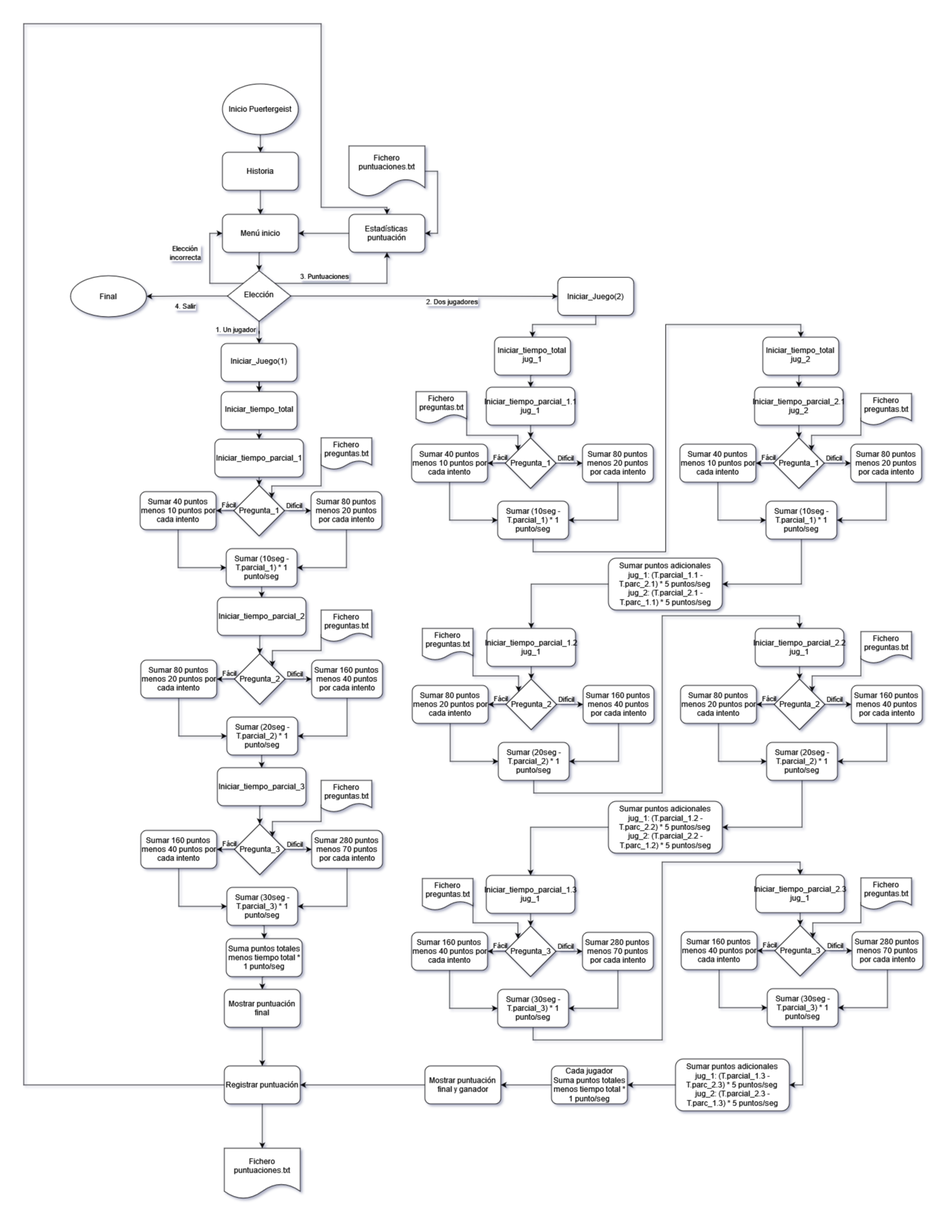
Above: diagrama_de_flujo.png in aigora/twQ103_2122-puertergeist (draw.io), before the change. Source tidied: cells renumbered, new cells last; positions are measured from the earlier drawing's top-left corner, leaving out a move shared by most shapes.
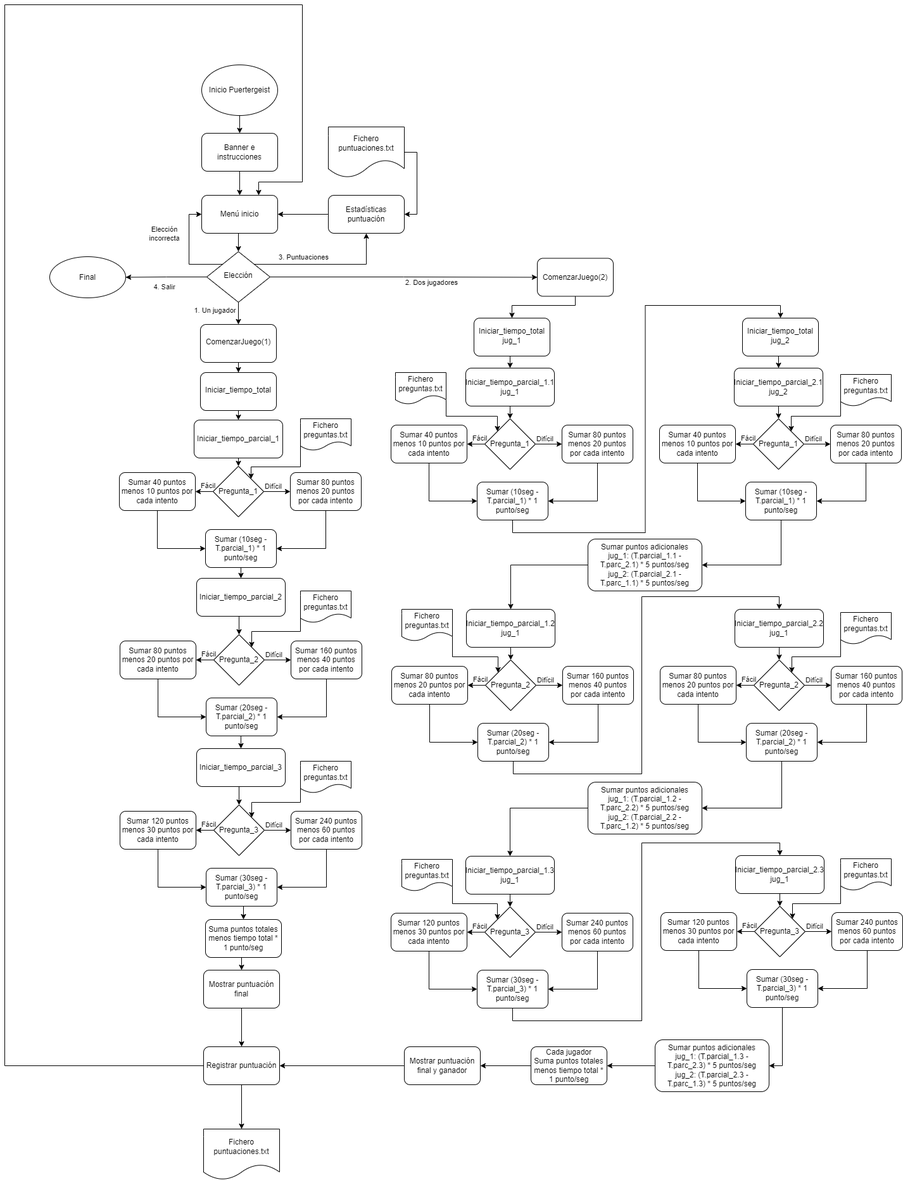
The same file after the commit.

Commit message:
Diagrama de flujo actualizado para reflejar el estado final del proyecto

What changed in the source:
```diff
@@ -56,7 +56,7 @@
     <mxCell id="14" style="edgeStyle=orthogonalEdgeStyle;rounded=0;jettySize=auto;html=1;exitX=0.5;exitY=1;exitDx=0;exitDy=0;entryX=0.5;entryY=0;entryDx=0;entryDy=0;" parent="1" edge="1" source="15" target="17">
       <mxGeometry relative="1" as="geometry" />
     </mxCell>
-    <mxCell id="15" value="Historia" style="rounded=1;whiteSpace=wrap;html=1;" parent="1" vertex="1">
+    <mxCell id="15" value="Banner e instrucciones" style="rounded=1;whiteSpace=wrap;html=1;" parent="1" vertex="1">
       <mxGeometry x="314" y="203" width="120" height="60" as="geometry" />
     </mxCell>
     <mxCell id="16" style="edgeStyle=orthogonalEdgeStyle;rounded=0;jettySize=auto;html=1;exitX=0.5;exitY=1;exitDx=0;exitDy=0;entryX=0.5;entryY=0;entryDx=0;entryDy=0;entryPerimeter=0;" parent="1" edge="1" source="17" target="12">
@@ -83,13 +83,13 @@
     <mxCell id="23" value="Fichero&lt;br&gt;puntuaciones.txt" style="shape=document;whiteSpace=wrap;html=1;boundedLbl=1;size=0.35;" parent="1" vertex="1">
       <mxGeometry x="514" y="193" width="120" height="80" as="geometry" />
     </mxCell>
-    <mxCell id="24" value="Iniciar_Juego(2)" style="rounded=1;whiteSpace=wrap;html=1;" parent="1" vertex="1">
+    <mxCell id="24" value="ComenzarJuego(2)" style="rounded=1;whiteSpace=wrap;html=1;" parent="1" vertex="1">
       <mxGeometry x="844" y="400.5" width="120" height="60" as="geometry" />
     </mxCell>
     <mxCell id="25" style="edgeStyle=orthogonalEdgeStyle;rounded=0;jettySize=auto;html=1;" parent="1" edge="1" source="26" target="28">
       <mxGeometry relative="1" as="geometry" />
     </mxCell>
-    <mxCell id="26" value="Iniciar_Juego(1)" style="rounded=1;whiteSpace=wrap;html=1;shadow=0;strokeWidth=1;spacing=6;spacingTop=-4;" parent="1" vertex="1">
+    <mxCell id="26" value="ComenzarJuego(1)" style="rounded=1;whiteSpace=wrap;html=1;shadow=0;strokeWidth=1;spacing=6;spacingTop=-4;" parent="1" vertex="1">
       <mxGeometry x="312" y="505" width="120" height="60" as="geometry" />
     </mxCell>
     <mxCell id="27" style="edgeStyle=orthogonalEdgeStyle;rounded=0;jettySize=auto;html=1;exitX=0.5;exitY=1;exitDx=0;exitDy=0;entryX=0.5;entryY=0;entryDx=0;entryDy=0;" parent="1" edge="1" source="28" target="43">
@@ -227,13 +227,13 @@
     <mxCell id="62" style="edgeStyle=orthogonalEdgeStyle;rounded=0;jettySize=auto;html=1;exitX=0.5;exitY=1;exitDx=0;exitDy=0;entryX=1;entryY=0.5;entryDx=0;entryDy=0;" parent="1" edge="1" source="63" target="67">
       <mxGeometry relative="1" as="geometry" />
     </mxCell>
-    <mxCell id="63" value="Sumar 280 puntos&lt;br&gt;menos 70 puntos por cada intento" style="rounded=1;whiteSpace=wrap;html=1;" parent="1" vertex="1">
+    <mxCell id="63" value="Sumar 240 puntos&lt;br&gt;menos 60 puntos por cada intento" style="rounded=1;whiteSpace=wrap;html=1;" parent="1" vertex="1">
       <mxGeometry x="455" y="1274" width="112" height="60" as="geometry" />
     </mxCell>
     <mxCell id="64" style="edgeStyle=orthogonalEdgeStyle;rounded=0;jettySize=auto;html=1;exitX=0.5;exitY=1;exitDx=0;exitDy=0;entryX=0;entryY=0.5;entryDx=0;entryDy=0;" parent="1" edge="1" source="65" target="67">
       <mxGeometry relative="1" as="geometry" />
     </mxCell>
-    <mxCell id="65" value="Sumar 160 puntos&lt;br&gt;menos 40 puntos por cada intento" style="rounded=1;whiteSpace=wrap;html=1;" parent="1" vertex="1">
+    <mxCell id="65" value="Sumar 120 puntos&lt;br&gt;menos 30 puntos por cada intento" style="rounded=1;whiteSpace=wrap;html=1;" parent="1" vertex="1">
       <mxGeometry x="185" y="1274" width="120" height="60" as="geometry" />
     </mxCell>
     <mxCell id="66" style="edgeStyle=orthogonalEdgeStyle;rounded=0;jettySize=auto;html=1;exitX=0.5;exitY=1;exitDx=0;exitDy=0;entryX=0.5;entryY=0;entryDx=0;entryDy=0;" parent="1" edge="1" source="67" target="71">
@@ -505,13 +505,13 @@
     <mxCell id="138" style="edgeStyle=orthogonalEdgeStyle;rounded=0;jettySize=auto;html=1;exitX=0.5;exitY=1;exitDx=0;exitDy=0;entryX=1;entryY=0.5;entryDx=0;entryDy=0;" parent="1" edge="1" source="139" target="143">
       <mxGeometry relative="1" as="geometry" />
     </mxCell>
-    <mxCell id="139" value="Sumar 280 puntos&lt;br&gt;menos 70 puntos por cada intento" style="rounded=1;whiteSpace=wrap;html=1;" parent="1" vertex="1">
+    <mxCell id="139" value="Sumar 240 puntos&lt;br&gt;menos 60 puntos por cada intento" style="rounded=1;whiteSpace=wrap;html=1;" parent="1" vertex="1">
       <mxGeometry x="883" y="1435" width="112" height="60" as="geometry" />
     </mxCell>
     <mxCell id="140" style="edgeStyle=orthogonalEdgeStyle;rounded=0;jettySize=auto;html=1;exitX=0.5;exitY=1;exitDx=0;exitDy=0;entryX=0;entryY=0.5;entryDx=0;entryDy=0;" parent="1" edge="1" source="141" target="143">
       <mxGeometry relative="1" as="geometry" />
     </mxCell>
-    <mxCell id="141" value="Sumar 160 puntos&lt;br&gt;menos 40 puntos por cada intento" style="rounded=1;whiteSpace=wrap;html=1;" parent="1" vertex="1">
+    <mxCell id="141" value="Sumar 120 puntos&lt;br&gt;menos 30 puntos por cada intento" style="rounded=1;whiteSpace=wrap;html=1;" parent="1" vertex="1">
       <mxGeometry x="613" y="1435" width="120" height="60" as="geometry" />
     </mxCell>
     <mxCell id="142" style="edgeStyle=orthogonalEdgeStyle;rounded=0;jettySize=auto;html=1;exitX=0.5;exitY=1;exitDx=0;exitDy=0;entryX=0.5;entryY=0;entryDx=0;entryDy=0;" parent="1" edge="1" source="143" target="158">
@@ -553,13 +553,13 @@
     <mxCell id="151" style="edgeStyle=orthogonalEdgeStyle;rounded=0;jettySize=auto;html=1;exitX=0.5;exitY=1;exitDx=0;exitDy=0;entryX=1;entryY=0.5;entryDx=0;entryDy=0;" parent="1" edge="1" source="152" target="156">
       <mxGeometry relative="1" as="geometry" />
     </mxCell>
-    <mxCell id="152" value="Sumar 280 puntos&lt;br&gt;menos 70 puntos por cada intento" style="rounded=1;whiteSpace=wrap;html=1;" parent="1" vertex="1">
+    <mxCell id="152" value="Sumar 240 puntos&lt;br&gt;menos 60 puntos por cada intento" style="rounded=1;whiteSpace=wrap;html=1;" parent="1" vertex="1">
       <mxGeometry x="1309" y="1434" width="112" height="60" as="geometry" />
     </mxCell>
     <mxCell id="153" style="edgeStyle=orthogonalEdgeStyle;rounded=0;jettySize=auto;html=1;exitX=0.5;exitY=1;exitDx=0;exitDy=0;entryX=0;entryY=0.5;entryDx=0;entryDy=0;" parent="1" edge="1" source="154" target="156">
       <mxGeometry relative="1" as="geometry" />
     </mxCell>
-    <mxCell id="154" value="Sumar 160 puntos&lt;br&gt;menos 40 puntos por cada intento" style="rounded=1;whiteSpace=wrap;html=1;" parent="1" vertex="1">
+    <mxCell id="154" value="Sumar 120 puntos&lt;br&gt;menos 30 puntos por cada intento" style="rounded=1;whiteSpace=wrap;html=1;" parent="1" vertex="1">
       <mxGeometry x="1039" y="1434" width="120" height="60" as="geometry" />
     </mxCell>
     <mxCell id="155" style="edgeStyle=orthogonalEdgeStyle;rounded=0;jettySize=auto;html=1;exitX=0.5;exitY=1;exitDx=0;exitDy=0;entryX=1;entryY=0.5;entryDx=0;entryDy=0;" parent="1" edge="1" source="156" target="160">
@@ -694,14 +694,15 @@
     <mxCell id="183" style="edgeStyle=orthogonalEdgeStyle;rounded=0;jettySize=auto;html=1;" parent="1" edge="1" source="185" target="186">
       <mxGeometry relative="1" as="geometry" />
     </mxCell>
-    <mxCell id="184" style="edgeStyle=orthogonalEdgeStyle;rounded=0;jettySize=auto;html=1;exitX=0;exitY=0.5;exitDx=0;exitDy=0;entryX=0.5;entryY=0;entryDx=0;entryDy=0;" parent="1" edge="1" source="185" target="21">
+    <mxCell id="184" style="edgeStyle=orthogonalEdgeStyle;rounded=0;jettySize=auto;html=1;exitX=0;exitY=0.5;exitDx=0;exitDy=0;entryX=0.75;entryY=0;entryDx=0;entryDy=0;" parent="1" edge="1" target="17">
       <mxGeometry relative="1" as="geometry">
+        <mxPoint x="320" y="1676" as="sourcePoint" />
         <Array as="points">
-          <mxPoint y="1676" />
-          <mxPoint />
-          <mxPoint x="470" />
-          <mxPoint x="470" y="290" />
-          <mxPoint x="574" y="290" />
+          <mxPoint x="3" y="1676" />
+          <mxPoint x="3" />
+          <mxPoint x="473" />
+          <mxPoint x="473" y="280" />
+          <mxPoint x="404" y="280" />
         </Array>
       </mxGeometry>
     </mxCell>
```
